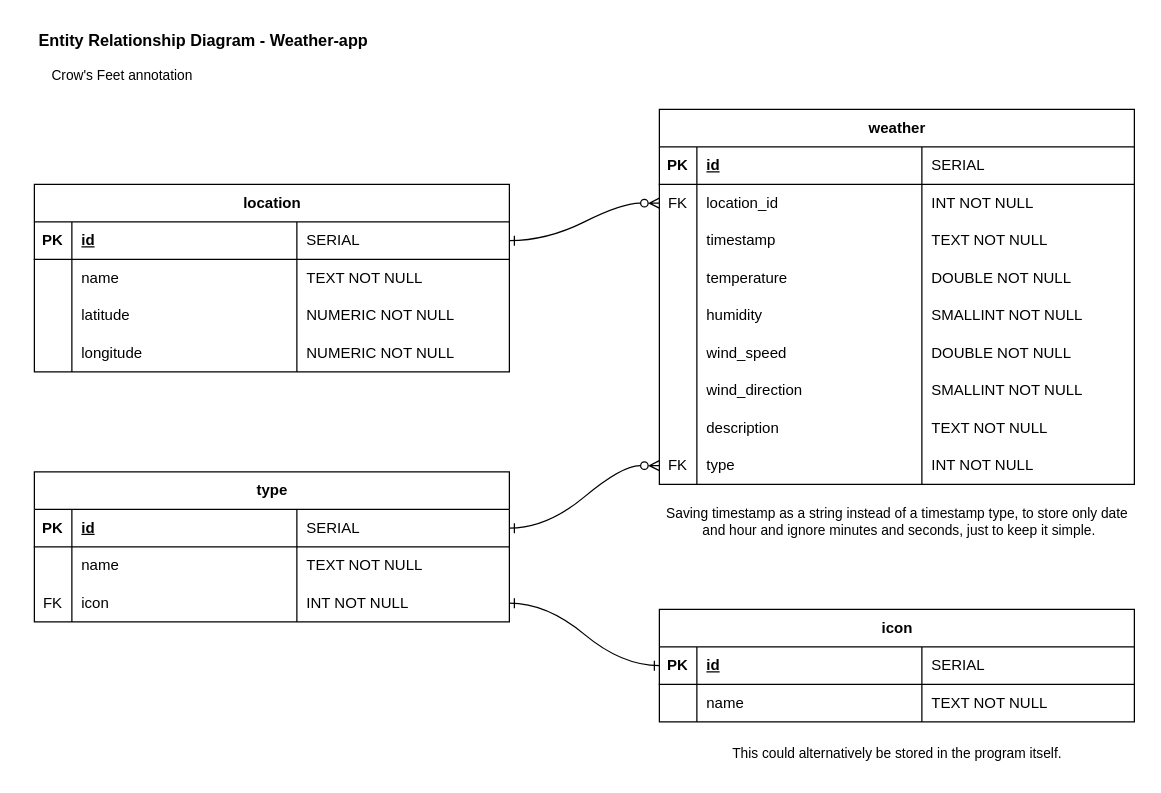
andy-the-ape/weather-v2 keeps this draw.io diagram as diagrams/weather-app-ER-v1.drawio. Above is the earlier version. Source tidied: cells renumbered, new cells numbered last; positions are measured from the earlier drawing's top-left corner, leaving out a move shared by most shapes. Both pictures are drawn from the tidied source at 125%, with x=0, y=0 at pixel (21, 21).
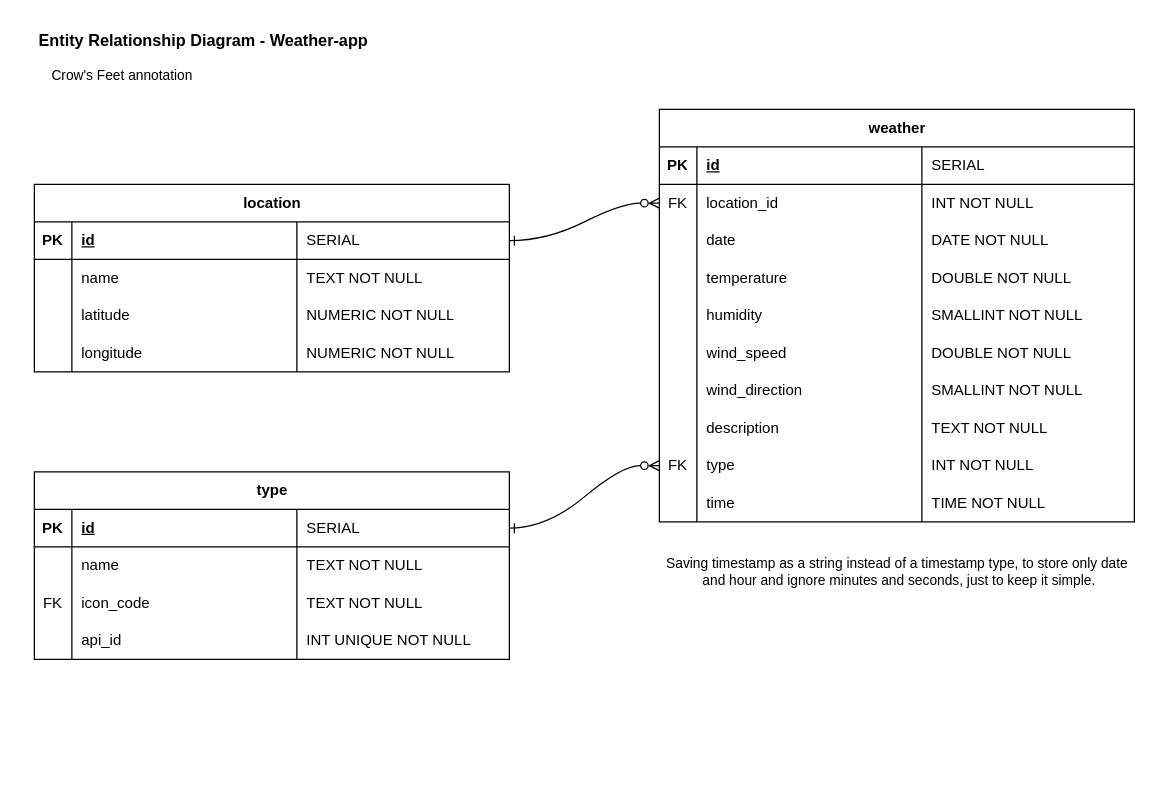
Above is the later version.

Unchanged cells that the change refers to:
```xml
<mxCell id="11" style="shape=tableRow;horizontal=0;startSize=0;swimlaneHead=0;swimlaneBody=0;fillColor=none;top=0;left=0;right=0;bottom=0;" parent="2" vertex="1">
  <mxGeometry y="90" width="380" height="30" as="geometry" />
</mxCell>
<mxCell id="66" style="shape=tableRow;horizontal=0;startSize=0;swimlaneHead=0;swimlaneBody=0;fillColor=none;points=[[0,0.5],[1,0.5]];portConstraint=eastwest;top=0;left=0;right=0;bottom=0;" parent="57" vertex="1">
  <mxGeometry y="90" width="380" height="30" as="geometry" />
</mxCell>
```

What changed in the source:
```diff
@@
     <mxCell id="2" value="weather" style="shape=table;startSize=30;childLayout=tableLayout;rowLines=0;fontStyle=1;align=center;html=1;" parent="1" vertex="1">
-      <mxGeometry x="510" y="70" width="380" height="300" as="geometry" />
+      <mxGeometry x="510" y="70" width="380" height="330" as="geometry" />
     </mxCell>
@@
-    <mxCell id="13" value="timestamp" style="shape=partialRectangle;fillColor=none;top=0;left=0;bottom=0;right=0;align=left;spacingLeft=6;overflow=hidden;whiteSpace=wrap;html=1;" parent="11" vertex="1">
+    <mxCell id="13" value="date" style="shape=partialRectangle;fillColor=none;top=0;left=0;bottom=0;right=0;align=left;spacingLeft=6;overflow=hidden;whiteSpace=wrap;html=1;" parent="11" vertex="1">
       <mxGeometry x="30" width="180" height="30" as="geometry" />
     </mxCell>
-    <mxCell id="14" value="TEXT NOT NULL" style="shape=partialRectangle;fillColor=none;top=0;left=0;bottom=0;right=0;align=left;spacingLeft=6;overflow=hidden;whiteSpace=wrap;html=1;" parent="11" vertex="1">
+    <mxCell id="14" value="DATE NOT NULL" style="shape=partialRectangle;fillColor=none;top=0;left=0;bottom=0;right=0;align=left;spacingLeft=6;overflow=hidden;whiteSpace=wrap;html=1;" parent="11" vertex="1">
       <mxGeometry x="210" width="170" height="30" as="geometry" />
     </mxCell>
@@
+    <mxCell id="85" style="shape=tableRow;horizontal=0;startSize=0;swimlaneHead=0;swimlaneBody=0;fillColor=none;top=0;left=0;right=0;bottom=0;" parent="2" vertex="1">
+      <mxGeometry y="300" width="380" height="30" as="geometry" />
+    </mxCell>
+    <mxCell id="86" style="shape=partialRectangle;fillColor=none;top=0;left=0;bottom=0;right=0;overflow=hidden;whiteSpace=wrap;html=1;" parent="85" vertex="1">
+      <mxGeometry width="30" height="30" as="geometry" />
+    </mxCell>
+    <mxCell id="87" value="time" style="shape=partialRectangle;fillColor=none;top=0;left=0;bottom=0;right=0;align=left;spacingLeft=6;overflow=hidden;whiteSpace=wrap;html=1;" parent="85" vertex="1">
+      <mxGeometry x="30" width="180" height="30" as="geometry" />
+    </mxCell>
+    <mxCell id="88" value="TIME NOT NULL" style="shape=partialRectangle;fillColor=none;top=0;left=0;bottom=0;right=0;align=left;spacingLeft=6;overflow=hidden;whiteSpace=wrap;html=1;" parent="85" vertex="1">
+      <mxGeometry x="210" width="170" height="30" as="geometry" />
+    </mxCell>
@@
     <mxCell id="57" value="type" style="shape=table;startSize=30;childLayout=tableLayout;rowLines=0;fontStyle=1;align=center;html=1;" parent="1" vertex="1">
-      <mxGeometry x="10" y="360" width="380" height="120" as="geometry" />
+      <mxGeometry x="10" y="360" width="380" height="150" as="geometry" />
     </mxCell>
@@
-    <mxCell id="68" value="icon" style="shape=partialRectangle;fillColor=none;top=0;left=0;bottom=0;right=0;align=left;spacingLeft=6;overflow=hidden;whiteSpace=wrap;html=1;" parent="66" vertex="1">
+    <mxCell id="68" value="icon_code" style="shape=partialRectangle;fillColor=none;top=0;left=0;bottom=0;right=0;align=left;spacingLeft=6;overflow=hidden;whiteSpace=wrap;html=1;" parent="66" vertex="1">
       <mxGeometry x="30" width="180" height="30" as="geometry" />
     </mxCell>
-    <mxCell id="69" value="INT NOT NULL" style="shape=partialRectangle;fillColor=none;top=0;left=0;bottom=0;right=0;align=left;spacingLeft=6;overflow=hidden;whiteSpace=wrap;html=1;" parent="66" vertex="1">
+    <mxCell id="69" value="TEXT NOT NULL" style="shape=partialRectangle;fillColor=none;top=0;left=0;bottom=0;right=0;align=left;spacingLeft=6;overflow=hidden;whiteSpace=wrap;html=1;" parent="66" vertex="1">
       <mxGeometry x="210" width="170" height="30" as="geometry" />
     </mxCell>
+    <mxCell id="89" style="shape=tableRow;horizontal=0;startSize=0;swimlaneHead=0;swimlaneBody=0;fillColor=none;top=0;left=0;right=0;bottom=0;" parent="57" vertex="1">
+      <mxGeometry y="120" width="380" height="30" as="geometry" />
+    </mxCell>
+    <mxCell id="90" style="shape=partialRectangle;fillColor=none;top=0;left=0;bottom=0;right=0;overflow=hidden;whiteSpace=wrap;html=1;" parent="89" vertex="1">
+      <mxGeometry width="30" height="30" as="geometry" />
+    </mxCell>
+    <mxCell id="91" value="api_id" style="shape=partialRectangle;fillColor=none;top=0;left=0;bottom=0;right=0;align=left;spacingLeft=6;overflow=hidden;whiteSpace=wrap;html=1;" parent="89" vertex="1">
+      <mxGeometry x="30" width="180" height="30" as="geometry" />
+    </mxCell>
+    <mxCell id="92" value="INT UNIQUE NOT NULL" style="shape=partialRectangle;fillColor=none;top=0;left=0;bottom=0;right=0;align=left;spacingLeft=6;overflow=hidden;whiteSpace=wrap;html=1;" parent="89" vertex="1">
+      <mxGeometry x="210" width="170" height="30" as="geometry" />
+    </mxCell>
@@
     <mxCell id="71" value="Saving timestamp as a string instead of a timestamp type, to store only date&lt;br&gt;&amp;nbsp;and hour and ignore minutes and seconds, just to keep it simple." style="text;html=1;align=center;verticalAlign=middle;strokeColor=none;fillColor=none;fontFamily=Helvetica;fontSize=11;fontColor=default;labelBackgroundColor=default;" parent="1" vertex="1">
-      <mxGeometry x="505" y="380" width="390" height="40" as="geometry" />
+      <mxGeometry x="505" y="420" width="390" height="40" as="geometry" />
     </mxCell>
-    <mxCell id="72" value="icon" style="shape=table;startSize=30;childLayout=tableLayout;rowLines=0;fontStyle=1;align=center;html=1;" parent="1" vertex="1">
-      <mxGeometry x="510" y="470" width="380" height="90" as="geometry" />
-    </mxCell>
-    <mxCell id="73" style="shape=tableRow;horizontal=0;startSize=0;swimlaneHead=0;swimlaneBody=0;fillColor=none;points=[[0,0.5],[1,0.5]];portConstraint=eastwest;top=0;left=0;right=0;bottom=1;" parent="72" vertex="1">
-      <mxGeometry y="30" width="380" height="30" as="geometry" />
-    </mxCell>
-    <mxCell id="74" value="PK" style="shape=partialRectangle;fillColor=none;top=0;left=0;bottom=0;right=0;fontStyle=1;overflow=hidden;whiteSpace=wrap;html=1;" parent="73" vertex="1">
-      <mxGeometry width="30" height="30" as="geometry" />
-    </mxCell>
-    <mxCell id="75" value="id" style="shape=partialRectangle;fillColor=none;top=0;left=0;bottom=0;right=0;align=left;spacingLeft=6;fontStyle=5;overflow=hidden;whiteSpace=wrap;html=1;" parent="73" vertex="1">
-      <mxGeometry x="30" width="180" height="30" as="geometry" />
-    </mxCell>
-    <mxCell id="76" value="&lt;span style=&quot;&quot;&gt;SERIAL&lt;/span&gt;" style="shape=partialRectangle;fillColor=none;top=0;left=0;bottom=0;right=0;align=left;spacingLeft=6;fontStyle=0;overflow=hidden;whiteSpace=wrap;html=1;" parent="73" vertex="1">
-      <mxGeometry x="210" width="170" height="30" as="geometry" />
-    </mxCell>
-    <mxCell id="77" style="shape=tableRow;horizontal=0;startSize=0;swimlaneHead=0;swimlaneBody=0;fillColor=none;top=0;left=0;right=0;bottom=0;" parent="72" vertex="1">
-      <mxGeometry y="60" width="380" height="30" as="geometry" />
-    </mxCell>
-    <mxCell id="78" style="shape=partialRectangle;fillColor=none;top=0;left=0;bottom=0;right=0;overflow=hidden;whiteSpace=wrap;html=1;" parent="77" vertex="1">
-      <mxGeometry width="30" height="30" as="geometry" />
-    </mxCell>
-    <mxCell id="79" value="name" style="shape=partialRectangle;fillColor=none;top=0;left=0;bottom=0;right=0;align=left;spacingLeft=6;overflow=hidden;whiteSpace=wrap;html=1;" parent="77" vertex="1">
-      <mxGeometry x="30" width="180" height="30" as="geometry" />
-    </mxCell>
-    <mxCell id="80" value="TEXT NOT NULL" style="shape=partialRectangle;fillColor=none;top=0;left=0;bottom=0;right=0;align=left;spacingLeft=6;overflow=hidden;whiteSpace=wrap;html=1;" parent="77" vertex="1">
-      <mxGeometry x="210" width="170" height="30" as="geometry" />
-    </mxCell>
-    <mxCell id="81" style="edgeStyle=entityRelationEdgeStyle;rounded=0;jettySize=auto;html=1;exitX=1;exitY=0.5;exitDx=0;exitDy=0;entryX=0;entryY=0.5;entryDx=0;entryDy=0;strokeColor=default;align=center;verticalAlign=middle;fontFamily=Helvetica;fontSize=11;fontColor=default;labelBackgroundColor=default;startArrow=ERone;startFill=0;endArrow=ERone;endFill=0;curved=1;" parent="1" edge="1" source="66" target="73">
-      <mxGeometry relative="1" as="geometry" />
-    </mxCell>
-    <mxCell id="82" value="This could alternatively be stored in the program itself." style="text;html=1;align=center;verticalAlign=middle;strokeColor=none;fillColor=none;fontFamily=Helvetica;fontSize=11;fontColor=default;labelBackgroundColor=default;" parent="1" vertex="1">
-      <mxGeometry x="555" y="570" width="290" height="30" as="geometry" />
-    </mxCell>
```
